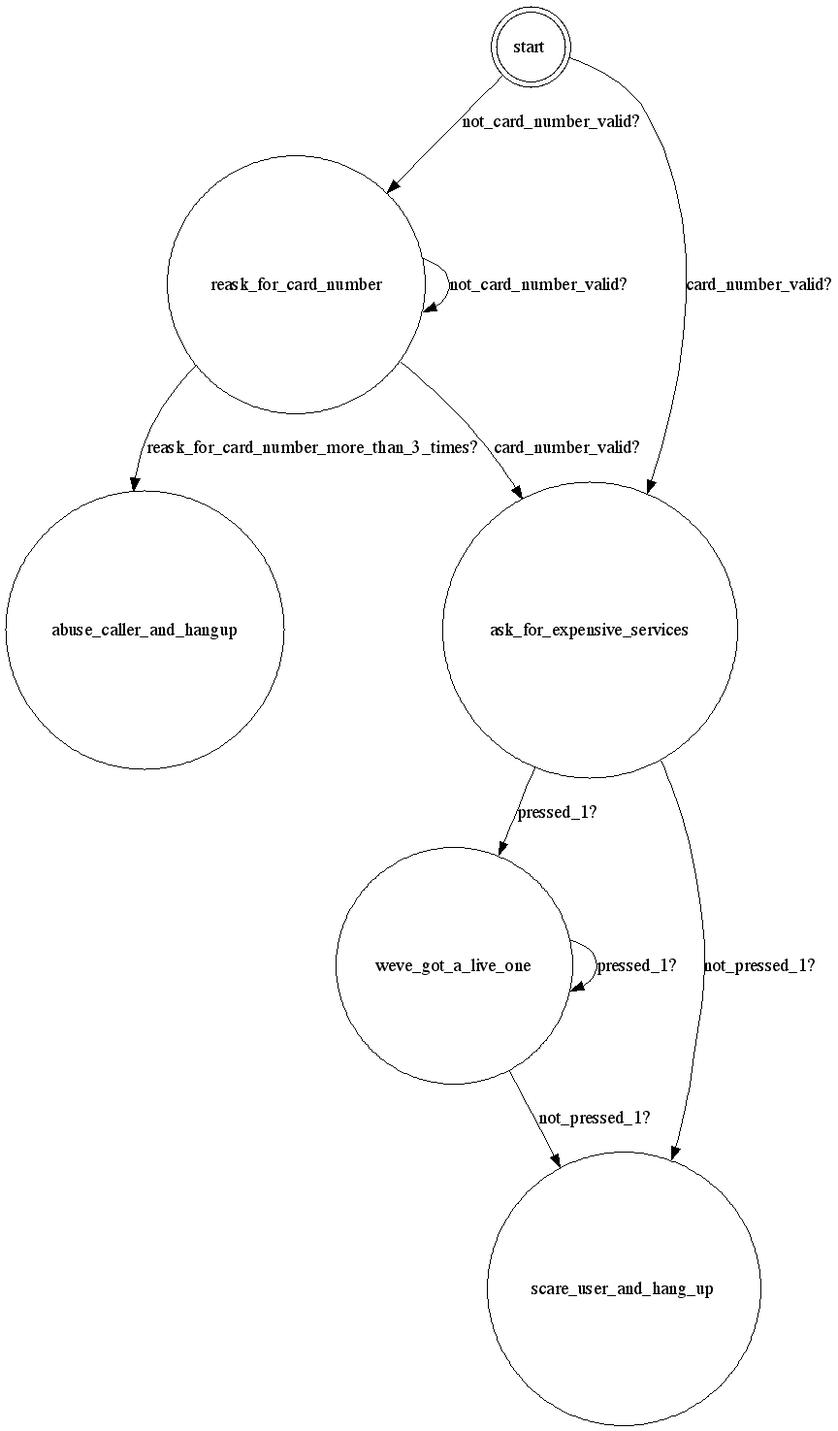
kyleburton/twilio-in-ten-minutes keeps this Graphviz diagram as public/workflows/ccard.png. Above is the earlier version. Its source is kept beside it as public/workflows/ccard.dot.
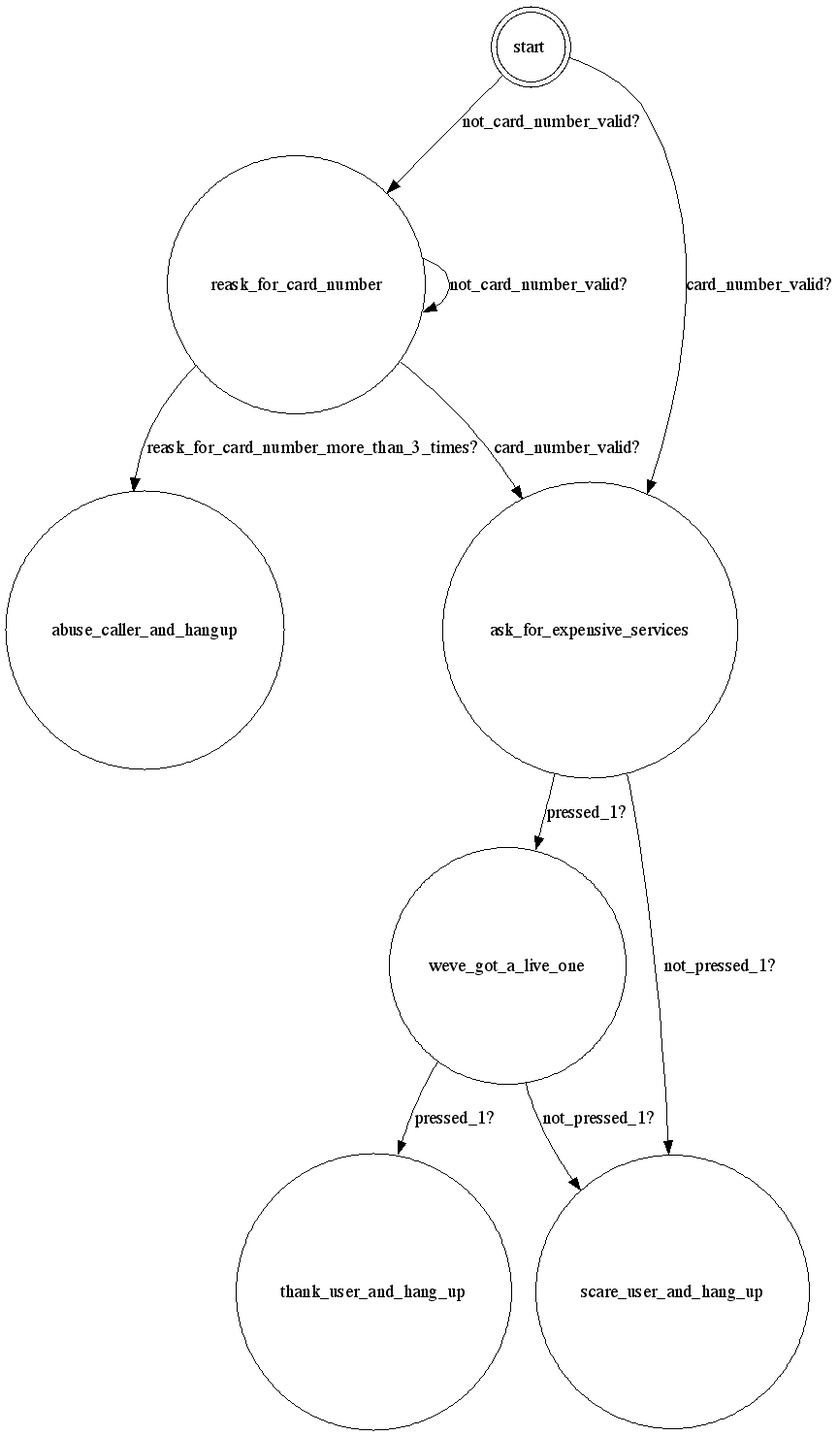
After the commit.

Change to the diagram source:
```diff
@@ -1,17 +1,18 @@
 digraph {
-  "abuse_caller_and_hangup" [ shape = circle ];
   "reask_for_card_number" [ shape = circle ];
   "reask_for_card_number" -> "abuse_caller_and_hangup" [ label = "reask_for_card_number_more_than_3_times?" ];
   "reask_for_card_number" -> "reask_for_card_number" [ label = "not_card_number_valid?" ];
   "reask_for_card_number" -> "ask_for_expensive_services" [ label = "card_number_valid?" ];
-  "weve_got_a_live_one" [ shape = circle ];
-  "weve_got_a_live_one" -> "weve_got_a_live_one" [ label = "pressed_1?" ];
-  "weve_got_a_live_one" -> "scare_user_and_hang_up" [ label = "not_pressed_1?" ];
+  "abuse_caller_and_hangup" [ shape = circle ];
+  "thank_user_and_hang_up" [ shape = circle ];
+  "ask_for_expensive_services" [ shape = circle ];
+  "ask_for_expensive_services" -> "weve_got_a_live_one" [ label = "pressed_1?" ];
+  "ask_for_expensive_services" -> "scare_user_and_hang_up" [ label = "not_pressed_1?" ];
   "start" [ shape = doublecircle ];
   "start" -> "reask_for_card_number" [ label = "not_card_number_valid?" ];
   "start" -> "ask_for_expensive_services" [ label = "card_number_valid?" ];
-  "ask_for_expensive_services" [ shape = circle ];
-  "ask_for_expensive_services" -> "weve_got_a_live_one" [ label = "pressed_1?" ];
-  "ask_for_expensive_services" -> "scare_user_and_hang_up" [ label = "not_pressed_1?" ];
+  "weve_got_a_live_one" [ shape = circle ];
+  "weve_got_a_live_one" -> "thank_user_and_hang_up" [ label = "pressed_1?" ];
+  "weve_got_a_live_one" -> "scare_user_and_hang_up" [ label = "not_pressed_1?" ];
   "scare_user_and_hang_up" [ shape = circle ];
 }
```
